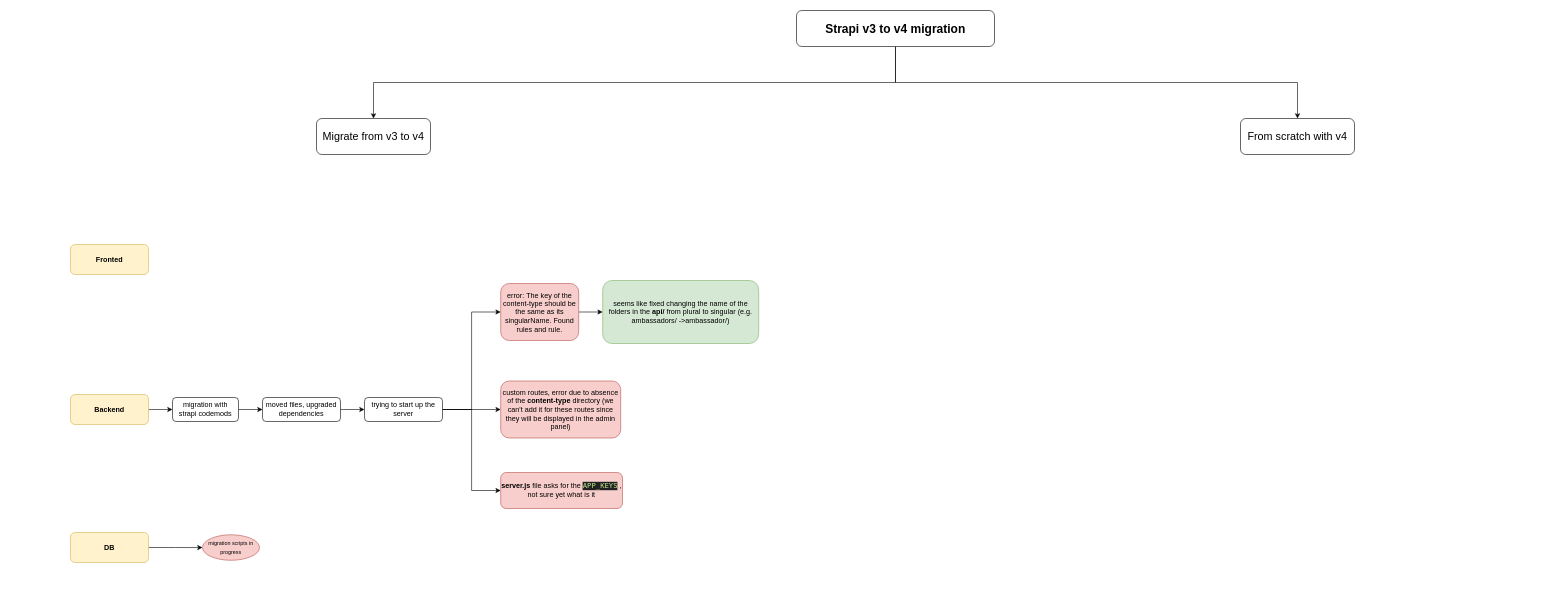
This is strapi-v3-to-v4-migration.drawio from alumedot/diagrams, a draw.io file, before an edit. Source tidied: cells renumbered, new cells numbered last; positions are measured from the earlier drawing's top-left corner, leaving out a move shared by most shapes. Both pictures are drawn from the tidied source at 60%, with x=0, y=0 at pixel (70, 10).
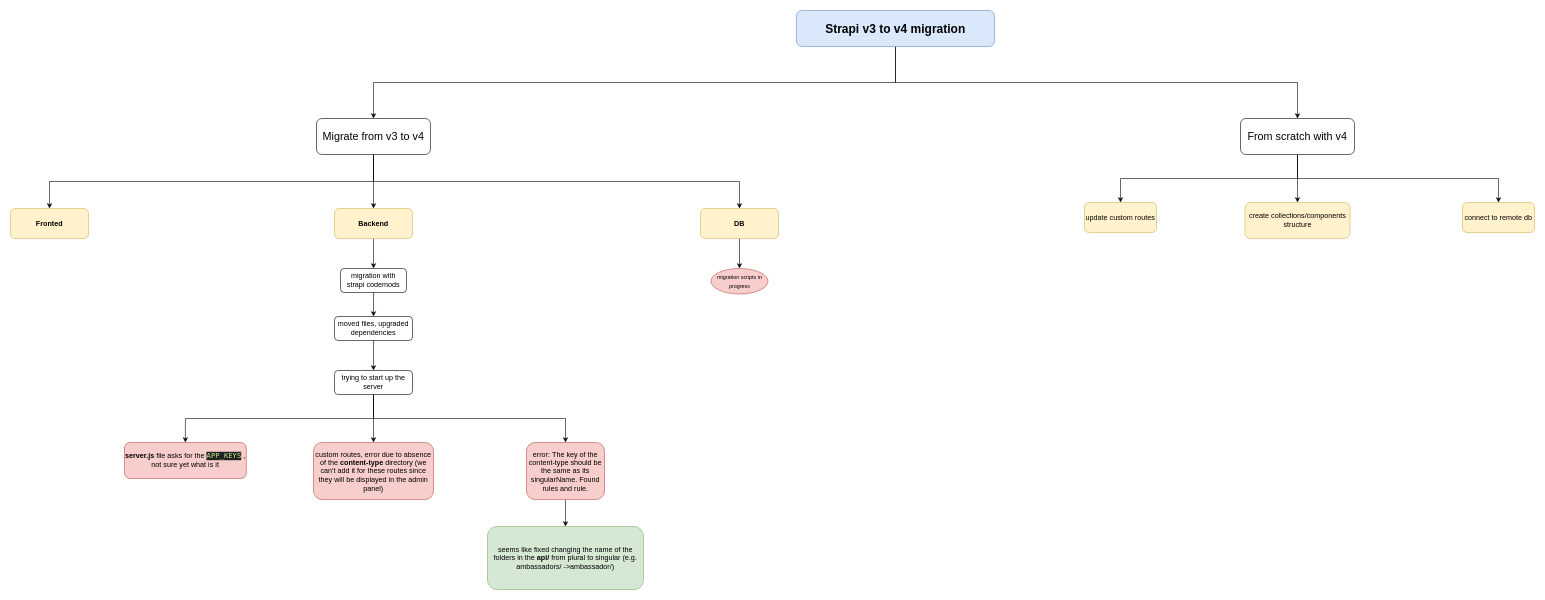
After the change.

Unchanged cells that the change refers to:
```xml
<mxCell id="24" value="&lt;font style=&quot;font-size: 18px&quot;&gt;Migrate from v3 to v4&lt;/font&gt;" style="whiteSpace=wrap;html=1;rounded=1;" parent="1" vertex="1">
  <mxGeometry x="410" y="180" width="190" height="60" as="geometry" />
</mxCell>
<mxCell id="25" value="&lt;span style=&quot;font-size: 18px&quot;&gt;From scratch with v4&lt;/span&gt;" style="whiteSpace=wrap;html=1;rounded=1;" parent="1" vertex="1">
  <mxGeometry x="1950" y="180" width="190" height="60" as="geometry" />
</mxCell>
```

What changed in the source:
```diff
@@
     <mxCell id="2" value="&lt;b&gt;Fronted&lt;/b&gt;" style="rounded=1;whiteSpace=wrap;html=1;fillColor=#fff2cc;strokeColor=#d6b656;" parent="1" vertex="1">
-      <mxGeometry y="390" width="130" height="50" as="geometry" />
+      <mxGeometry x="-100" y="330" width="130" height="50" as="geometry" />
     </mxCell>
-    <mxCell id="3" style="edgeStyle=orthogonalEdgeStyle;rounded=0;jettySize=auto;html=1;fontSize=9;" parent="1" edge="1" source="4" target="9">
+    <mxCell id="3" style="edgeStyle=orthogonalEdgeStyle;rounded=0;jettySize=auto;html=1;fontSize=9;exitX=0.5;exitY=1;exitDx=0;exitDy=0;" parent="1" edge="1" source="4" target="9">
       <mxGeometry relative="1" as="geometry" />
     </mxCell>
     <mxCell id="4" value="&lt;b&gt;Backend&lt;/b&gt;" style="rounded=1;whiteSpace=wrap;html=1;fillColor=#fff2cc;strokeColor=#d6b656;" parent="1" vertex="1">
-      <mxGeometry y="640" width="130" height="50" as="geometry" />
+      <mxGeometry x="440" y="330" width="130" height="50" as="geometry" />
     </mxCell>
@@
     <mxCell id="6" value="&lt;b&gt;DB&lt;/b&gt;" style="rounded=1;whiteSpace=wrap;html=1;fillColor=#fff2cc;strokeColor=#d6b656;" parent="1" vertex="1">
-      <mxGeometry y="870" width="130" height="50" as="geometry" />
+      <mxGeometry x="1050" y="330" width="130" height="50" as="geometry" />
     </mxCell>
     <mxCell id="7" value="&lt;font style=&quot;font-size: 9px&quot;&gt;migration scripts in progress&lt;/font&gt;" style="ellipse;whiteSpace=wrap;html=1;fillColor=#f8cecc;strokeColor=#b85450;rounded=1;" parent="1" vertex="1">
-      <mxGeometry x="220" y="873.8" width="95" height="42.5" as="geometry" />
+      <mxGeometry x="1067.5" y="430" width="95" height="42.5" as="geometry" />
     </mxCell>
@@
     <mxCell id="9" value="migration with&lt;br&gt;strapi codemods" style="rounded=1;whiteSpace=wrap;html=1;strokeColor=default;" parent="1" vertex="1">
-      <mxGeometry x="170" y="645" width="110" height="40" as="geometry" />
+      <mxGeometry x="450" y="430" width="110" height="40" as="geometry" />
     </mxCell>
@@
     <mxCell id="11" value="moved files, upgraded dependencies" style="rounded=1;whiteSpace=wrap;html=1;strokeColor=default;" parent="1" vertex="1">
-      <mxGeometry x="320" y="645" width="130" height="40" as="geometry" />
+      <mxGeometry x="440" y="510" width="130" height="40" as="geometry" />
     </mxCell>
@@
     <mxCell id="13" value="error:&amp;nbsp;The key of the content-type should be the same as its singularName. Found rules and rule." style="rounded=1;whiteSpace=wrap;html=1;strokeColor=#b85450;fillColor=#f8cecc;" parent="1" vertex="1">
-      <mxGeometry x="717" y="455" width="130" height="95" as="geometry" />
+      <mxGeometry x="760" y="720" width="130" height="95" as="geometry" />
     </mxCell>
     <mxCell id="14" value="seems like fixed changing the name of the folders in the &lt;b&gt;api/ &lt;/b&gt;from plural to singular&lt;b&gt;&amp;nbsp;&lt;/b&gt;(e.g. ambassadors/ -&amp;gt;ambassador/)" style="whiteSpace=wrap;html=1;rounded=1;fillColor=#d5e8d4;strokeColor=#82b366;" parent="1" vertex="1">
-      <mxGeometry x="887" y="450" width="260" height="105" as="geometry" />
+      <mxGeometry x="695" y="860" width="260" height="105" as="geometry" />
     </mxCell>
-    <mxCell id="15" style="edgeStyle=orthogonalEdgeStyle;rounded=0;jettySize=auto;html=1;exitX=1;exitY=0.5;exitDx=0;exitDy=0;entryX=0;entryY=0.5;entryDx=0;entryDy=0;fontSize=9;" parent="1" edge="1" source="18" target="13">
+    <mxCell id="15" style="edgeStyle=orthogonalEdgeStyle;rounded=0;jettySize=auto;html=1;exitX=0.5;exitY=1;exitDx=0;exitDy=0;entryX=0.5;entryY=0;entryDx=0;entryDy=0;fontSize=9;" parent="1" edge="1" source="18" target="13">
       <mxGeometry relative="1" as="geometry" />
     </mxCell>
-    <mxCell id="16" style="edgeStyle=orthogonalEdgeStyle;rounded=0;jettySize=auto;html=1;exitX=1;exitY=0.5;exitDx=0;exitDy=0;entryX=0;entryY=0.5;entryDx=0;entryDy=0;fontSize=9;" parent="1" edge="1" source="18" target="19">
+    <mxCell id="16" style="edgeStyle=orthogonalEdgeStyle;rounded=0;jettySize=auto;html=1;exitX=0.5;exitY=1;exitDx=0;exitDy=0;entryX=0.5;entryY=0;entryDx=0;entryDy=0;fontSize=9;" parent="1" edge="1" source="18" target="19">
       <mxGeometry relative="1" as="geometry" />
     </mxCell>
-    <mxCell id="17" style="edgeStyle=orthogonalEdgeStyle;rounded=0;jettySize=auto;html=1;exitX=1;exitY=0.5;exitDx=0;exitDy=0;entryX=0;entryY=0.5;entryDx=0;entryDy=0;fontSize=9;" parent="1" edge="1" source="18" target="20">
+    <mxCell id="17" style="edgeStyle=orthogonalEdgeStyle;rounded=0;jettySize=auto;html=1;exitX=0.5;exitY=1;exitDx=0;exitDy=0;entryX=0.5;entryY=0;entryDx=0;entryDy=0;fontSize=9;" parent="1" edge="1" source="18" target="20">
       <mxGeometry relative="1" as="geometry" />
     </mxCell>
     <mxCell id="18" value="trying to start up the server" style="rounded=1;whiteSpace=wrap;html=1;strokeColor=default;" parent="1" vertex="1">
-      <mxGeometry x="490" y="645" width="130" height="40" as="geometry" />
+      <mxGeometry x="440" y="600" width="130" height="40" as="geometry" />
     </mxCell>
     <mxCell id="19" value="custom routes, error due to absence of the &lt;b&gt;content-type&lt;/b&gt; directory (we can't add it for these routes since they will be displayed in the admin panel)" style="rounded=1;whiteSpace=wrap;html=1;strokeColor=#b85450;fillColor=#f8cecc;" parent="1" vertex="1">
-      <mxGeometry x="717" y="617.5" width="200" height="95" as="geometry" />
+      <mxGeometry x="405" y="720" width="200" height="95" as="geometry" />
     </mxCell>
     <mxCell id="20" value="&lt;b&gt;server.js&lt;/b&gt; file asks for the&amp;nbsp;&lt;span style=&quot;color: rgb(195 , 232 , 141) ; background-color: rgb(33 , 33 , 33) ; font-family: &amp;#34;menlo&amp;#34; , monospace ; font-size: 9pt&quot;&gt;APP_KEYS&lt;/span&gt;&lt;span&gt;&amp;nbsp;, not sure yet what is it&lt;/span&gt;" style="rounded=1;whiteSpace=wrap;html=1;strokeColor=#b85450;fillColor=#f8cecc;" parent="1" vertex="1">
-      <mxGeometry x="717" y="770" width="203" height="60" as="geometry" />
+      <mxGeometry x="90" y="720" width="203" height="60" as="geometry" />
     </mxCell>
@@
-    <mxCell id="23" value="&lt;b&gt;&lt;font style=&quot;font-size: 20px&quot;&gt;Strapi v3 to v4 migration&lt;/font&gt;&lt;/b&gt;" style="rounded=1;whiteSpace=wrap;html=1;" parent="1" vertex="1">
+    <mxCell id="23" value="&lt;b&gt;&lt;font style=&quot;font-size: 20px&quot;&gt;Strapi v3 to v4 migration&lt;/font&gt;&lt;/b&gt;" style="rounded=1;whiteSpace=wrap;html=1;fillColor=#dae8fc;strokeColor=#6c8ebf;" parent="1" vertex="1">
       <mxGeometry x="1210" width="330" height="60" as="geometry" />
     </mxCell>
+    <mxCell id="26" style="edgeStyle=orthogonalEdgeStyle;rounded=0;jettySize=auto;html=1;entryX=0.5;entryY=0;entryDx=0;entryDy=0;fontSize=18;exitX=0.5;exitY=1;exitDx=0;exitDy=0;" parent="1" edge="1" source="24" target="2">
+      <mxGeometry relative="1" as="geometry" />
+    </mxCell>
+    <mxCell id="27" style="edgeStyle=orthogonalEdgeStyle;rounded=0;jettySize=auto;html=1;exitX=0.5;exitY=1;exitDx=0;exitDy=0;fontSize=18;" parent="1" edge="1" source="24" target="4">
+      <mxGeometry relative="1" as="geometry" />
+    </mxCell>
+    <mxCell id="28" style="edgeStyle=orthogonalEdgeStyle;rounded=0;jettySize=auto;html=1;exitX=0.5;exitY=1;exitDx=0;exitDy=0;fontSize=18;" parent="1" edge="1" source="24" target="6">
+      <mxGeometry relative="1" as="geometry" />
+    </mxCell>
@@
+    <mxCell id="29" style="edgeStyle=orthogonalEdgeStyle;rounded=0;jettySize=auto;html=1;fontSize=18;" parent="1" edge="1" source="25" target="32">
+      <mxGeometry relative="1" as="geometry" />
+    </mxCell>
+    <mxCell id="30" style="edgeStyle=orthogonalEdgeStyle;rounded=0;jettySize=auto;html=1;fontSize=18;exitX=0.5;exitY=1;exitDx=0;exitDy=0;" parent="1" edge="1" source="25" target="33">
+      <mxGeometry relative="1" as="geometry" />
+    </mxCell>
+    <mxCell id="31" style="edgeStyle=orthogonalEdgeStyle;rounded=0;jettySize=auto;html=1;exitX=0.5;exitY=1;exitDx=0;exitDy=0;entryX=0.5;entryY=0;entryDx=0;entryDy=0;fontSize=18;" parent="1" edge="1" source="25" target="34">
+      <mxGeometry relative="1" as="geometry" />
+    </mxCell>
@@
+    <mxCell id="32" value="create collections/components structure" style="whiteSpace=wrap;html=1;rounded=1;fillColor=#fff2cc;strokeColor=#d6b656;" parent="1" vertex="1">
+      <mxGeometry x="1957.5" y="320" width="175" height="60" as="geometry" />
+    </mxCell>
+    <mxCell id="33" value="connect to remote db" style="whiteSpace=wrap;html=1;rounded=1;fillColor=#fff2cc;strokeColor=#d6b656;" parent="1" vertex="1">
+      <mxGeometry x="2320" y="320" width="120" height="50" as="geometry" />
+    </mxCell>
+    <mxCell id="34" value="update custom routes" style="whiteSpace=wrap;html=1;rounded=1;fillColor=#fff2cc;strokeColor=#d6b656;" parent="1" vertex="1">
+      <mxGeometry x="1690" y="320" width="120" height="50" as="geometry" />
+    </mxCell>
```
